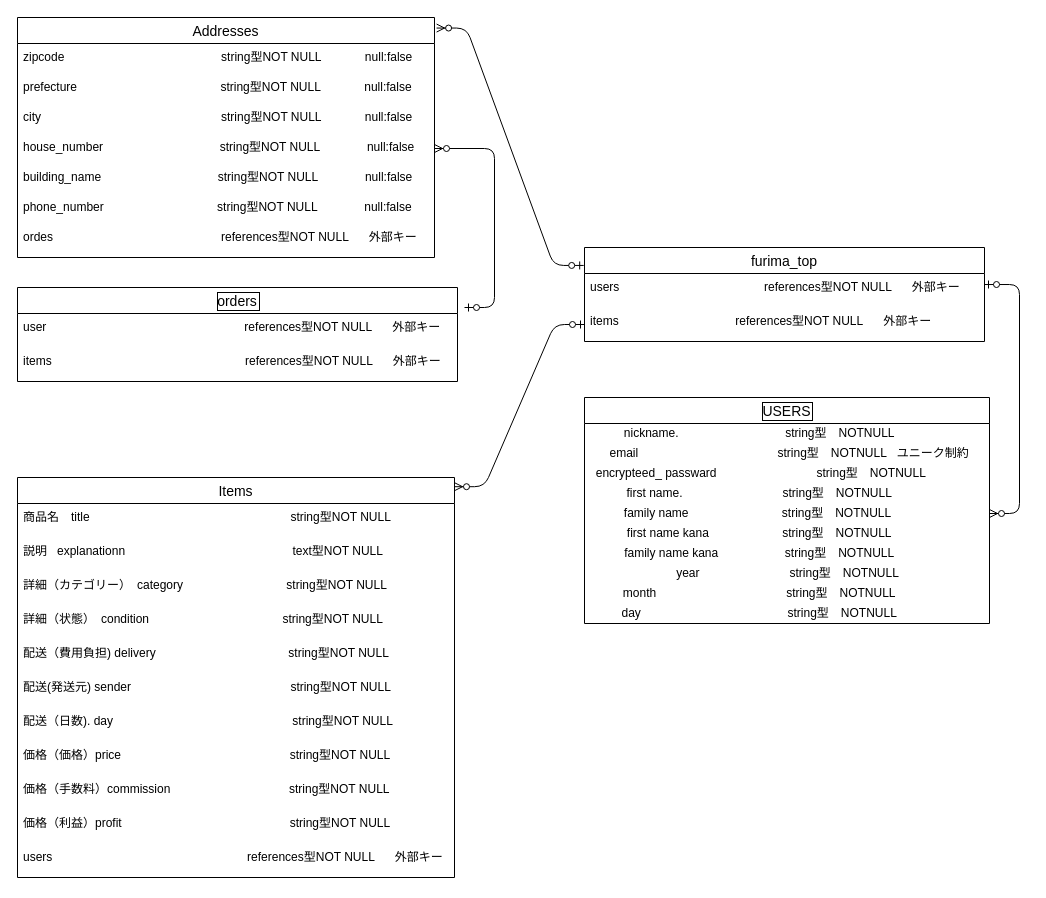
Above: フリマ.dio in tmhs0319/furima-tmhs1025 (draw.io), before the change. Source tidied: cells renumbered, new cells numbered last; positions are measured from the earlier drawing's top-left corner, leaving out a move shared by most shapes. Both pictures are drawn from the tidied source at 100%, with x=0, y=0 at pixel (17, 17).
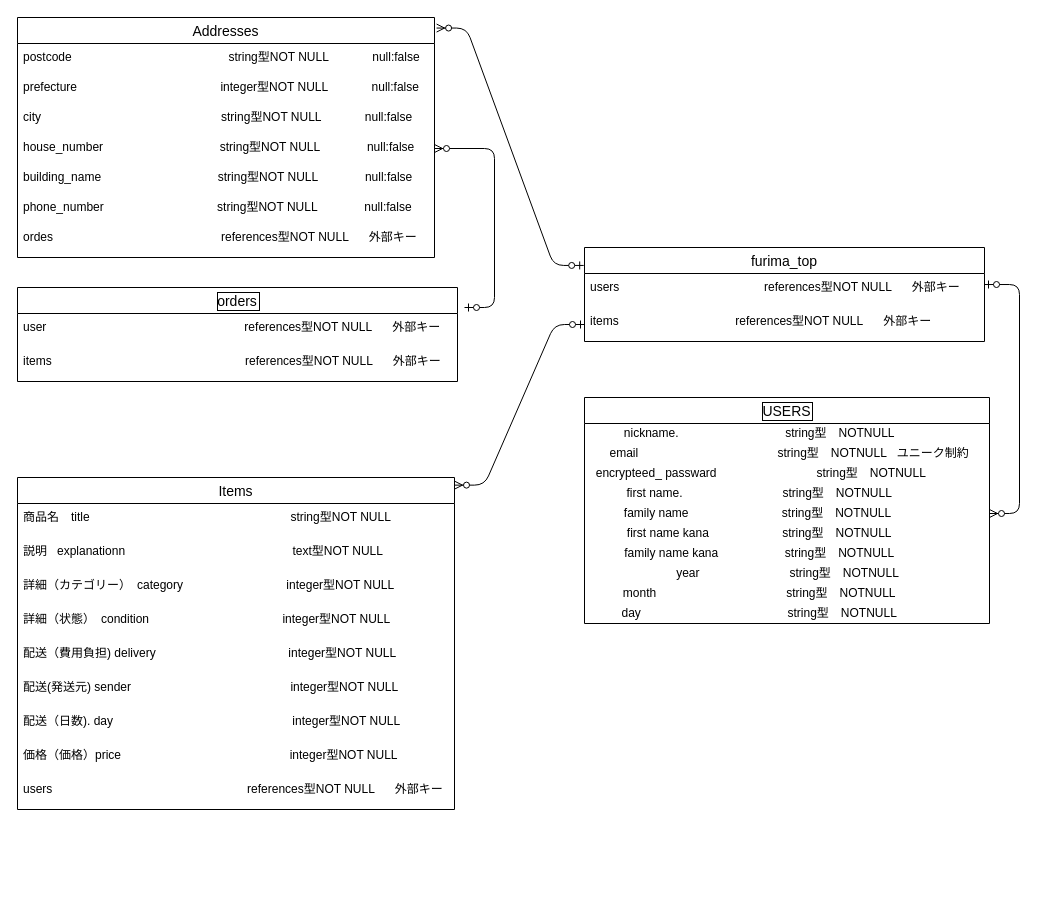
Above is the later version.

The change refers to these unchanged cells:
```xml
<mxCell id="2" value="Addresses" style="swimlane;fontStyle=0;horizontal=1;startSize=26;align=center;fontSize=14;" parent="1" vertex="1">
  <mxGeometry width="417" height="240" as="geometry" />
</mxCell>
```

Change to the diagram source:
```diff
@@
-    <mxCell id="3" value="zipcode                                               string型NOT NULL             null:false" style="text;strokeColor=none;fillColor=none;spacingLeft=4;spacingRight=4;overflow=hidden;fontSize=12;" parent="2" vertex="1">
+    <mxCell id="3" value="postcode                                               string型NOT NULL             null:false" style="text;strokeColor=none;fillColor=none;spacingLeft=4;spacingRight=4;overflow=hidden;fontSize=12;" parent="2" vertex="1">
       <mxGeometry y="26" width="417" height="30" as="geometry" />
     </mxCell>
-    <mxCell id="4" value="prefecture                                           string型NOT NULL             null:false&#10; " style="text;strokeColor=none;fillColor=none;spacingLeft=4;spacingRight=4;overflow=hidden;fontSize=12;" parent="2" vertex="1">
+    <mxCell id="4" value="prefecture                                           integer型NOT NULL             null:false&#10; " style="text;strokeColor=none;fillColor=none;spacingLeft=4;spacingRight=4;overflow=hidden;fontSize=12;" parent="2" vertex="1">
       <mxGeometry y="56" width="417" height="30" as="geometry" />
     </mxCell>
@@
     <mxCell id="24" value="Items" style="swimlane;fontStyle=0;horizontal=1;startSize=26;align=center;fontSize=14;" parent="1" vertex="1">
-      <mxGeometry y="460" width="437" height="400" as="geometry" />
+      <mxGeometry y="460" width="437" height="332" as="geometry" />
     </mxCell>
@@
-    <mxCell id="27" value="詳細（カテゴリー）　category　　　　           　  string型NOT NULL" style="text;strokeColor=none;fillColor=none;spacingLeft=4;spacingRight=4;overflow=hidden;fontSize=12;" parent="24" vertex="1">
+    <mxCell id="27" value="詳細（カテゴリー）　category　　　　           　  integer型NOT NULL" style="text;strokeColor=none;fillColor=none;spacingLeft=4;spacingRight=4;overflow=hidden;fontSize=12;" parent="24" vertex="1">
       <mxGeometry y="94" width="437" height="34" as="geometry" />
     </mxCell>
-    <mxCell id="28" value="詳細（状態）　condition　　　　                    　  string型NOT NULL" style="text;strokeColor=none;fillColor=none;spacingLeft=4;spacingRight=4;overflow=hidden;fontSize=12;" parent="24" vertex="1">
+    <mxCell id="28" value="詳細（状態）　condition　　　　                    　  integer型NOT NULL" style="text;strokeColor=none;fillColor=none;spacingLeft=4;spacingRight=4;overflow=hidden;fontSize=12;" parent="24" vertex="1">
       <mxGeometry y="128" width="437" height="34" as="geometry" />
     </mxCell>
-    <mxCell id="29" value="配送（費用負担) delivery　　                             　string型NOT NULL" style="text;strokeColor=none;fillColor=none;spacingLeft=4;spacingRight=4;overflow=hidden;fontSize=12;" parent="24" vertex="1">
+    <mxCell id="29" value="配送（費用負担) delivery　　                             　integer型NOT NULL" style="text;strokeColor=none;fillColor=none;spacingLeft=4;spacingRight=4;overflow=hidden;fontSize=12;" parent="24" vertex="1">
       <mxGeometry y="162" width="437" height="34" as="geometry" />
     </mxCell>
-    <mxCell id="30" value="配送(発送元) sender　　                                     　string型NOT NULL" style="text;strokeColor=none;fillColor=none;spacingLeft=4;spacingRight=4;overflow=hidden;fontSize=12;" parent="24" vertex="1">
+    <mxCell id="30" value="配送(発送元) sender　　                                     　integer型NOT NULL" style="text;strokeColor=none;fillColor=none;spacingLeft=4;spacingRight=4;overflow=hidden;fontSize=12;" parent="24" vertex="1">
       <mxGeometry y="196" width="437" height="34" as="geometry" />
     </mxCell>
-    <mxCell id="31" value="配送（日数). day　　                                           　string型NOT NULL" style="text;strokeColor=none;fillColor=none;spacingLeft=4;spacingRight=4;overflow=hidden;fontSize=12;" parent="24" vertex="1">
+    <mxCell id="31" value="配送（日数). day　　                                           　integer型NOT NULL" style="text;strokeColor=none;fillColor=none;spacingLeft=4;spacingRight=4;overflow=hidden;fontSize=12;" parent="24" vertex="1">
       <mxGeometry y="230" width="437" height="34" as="geometry" />
     </mxCell>
-    <mxCell id="32" value="価格（価格）price　　　　　                             　string型NOT NULL" style="text;strokeColor=none;fillColor=none;spacingLeft=4;spacingRight=4;overflow=hidden;fontSize=12;" parent="24" vertex="1">
+    <mxCell id="32" value="価格（価格）price　　　　　                             　integer型NOT NULL" style="text;strokeColor=none;fillColor=none;spacingLeft=4;spacingRight=4;overflow=hidden;fontSize=12;" parent="24" vertex="1">
       <mxGeometry y="264" width="437" height="34" as="geometry" />
     </mxCell>
-    <mxCell id="33" value="価格（手数料）commission　　　　              　　string型NOT NULL" style="text;strokeColor=none;fillColor=none;spacingLeft=4;spacingRight=4;overflow=hidden;fontSize=12;" parent="24" vertex="1">
-      <mxGeometry y="298" width="437" height="34" as="geometry" />
-    </mxCell>
-    <mxCell id="34" value="価格（利益）profit             　　　                       　string型NOT NULL" style="text;strokeColor=none;fillColor=none;spacingLeft=4;spacingRight=4;overflow=hidden;fontSize=12;" parent="24" vertex="1">
-      <mxGeometry y="332" width="437" height="34" as="geometry" />
-    </mxCell>
     <mxCell id="35" value="users                            　                　　　references型NOT NULL      外部キー" style="text;strokeColor=none;fillColor=none;spacingLeft=4;spacingRight=4;overflow=hidden;fontSize=12;" parent="24" vertex="1">
-      <mxGeometry y="366" width="437" height="34" as="geometry" />
+      <mxGeometry y="298" width="437" height="34" as="geometry" />
     </mxCell>
```
